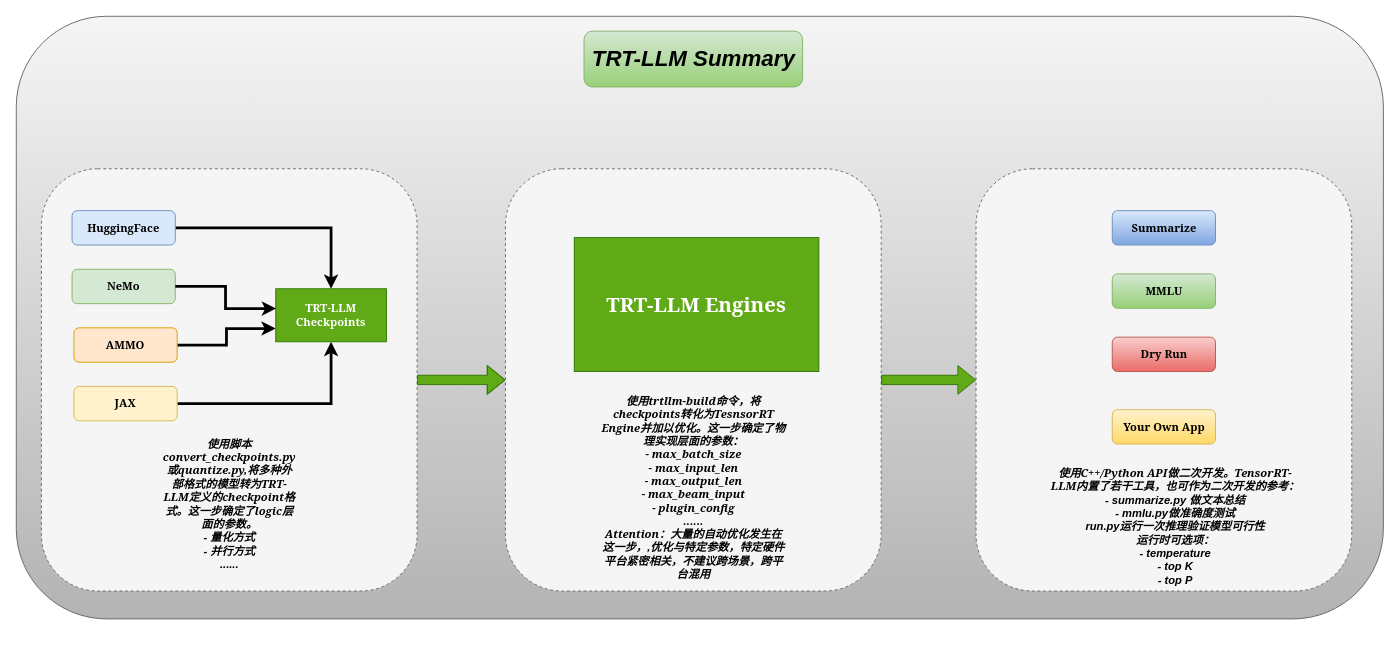
This is LLM_TensorRT.drawio from Albertchamberlain/draw_io, a draw.io file, before an edit. Source tidied: cells renumbered, new cells numbered last; positions are measured from the earlier drawing's top-left corner, leaving out a move shared by most shapes. Both pictures are drawn from the tidied source at 93%, with x=0, y=0 at pixel (16, 16).
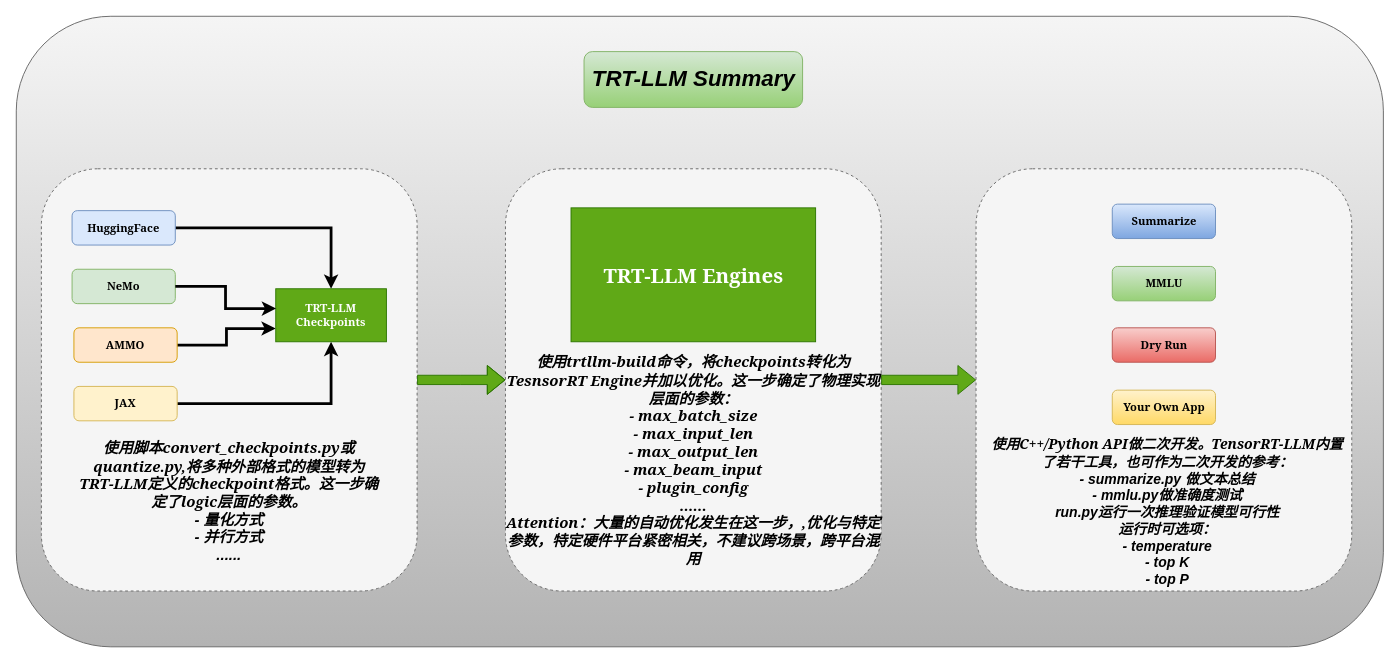
Above is the later version.

The edit, as a diff of the source:
```diff
@@
     <mxCell id="2" style="rounded=1;whiteSpace=wrap;html=1;fillColor=#f5f5f5;gradientColor=#b3b3b3;strokeColor=#666666;" parent="1" vertex="1">
-      <mxGeometry width="1470" height="648" as="geometry" />
+      <mxGeometry width="1470" height="678" as="geometry" />
     </mxCell>
@@
-    <mxCell id="13" value="&lt;font face=&quot;Georgia&quot;&gt;&lt;b&gt;&lt;i&gt;使用脚本convert_checkpoints.py或quantize.py,将多种外部格式的模型转为TRT-LLM定义的checkpoint格式。这一步确定了logic层面的参数。&lt;/i&gt;&lt;/b&gt;&lt;/font&gt;&lt;div&gt;&lt;font face=&quot;H1mTjM_NjgeySvcvMKn4&quot;&gt;&lt;b&gt;&lt;i&gt;- 量化方式&lt;/i&gt;&lt;/b&gt;&lt;/font&gt;&lt;/div&gt;&lt;div&gt;&lt;font face=&quot;H1mTjM_NjgeySvcvMKn4&quot;&gt;&lt;b&gt;&lt;i&gt;- 并行方式&lt;/i&gt;&lt;/b&gt;&lt;/font&gt;&lt;/div&gt;&lt;div&gt;&lt;font face=&quot;H1mTjM_NjgeySvcvMKn4&quot;&gt;&lt;b&gt;&lt;i&gt;......&lt;/i&gt;&lt;/b&gt;&lt;/font&gt;&lt;/div&gt;" style="text;html=1;align=center;verticalAlign=middle;whiteSpace=wrap;rounded=0;" parent="1" vertex="1">
-      <mxGeometry x="163.5" y="510" width="131" height="30" as="geometry" />
+    <mxCell id="13" value="&lt;b style=&quot;font-size: 16px;&quot;&gt;&lt;i style=&quot;&quot;&gt;&lt;font style=&quot;font-size: 16px;&quot; face=&quot;Georgia&quot;&gt;使用脚本convert_checkpoints.py或quantize.py,将多种外部格式的模型转为TRT-LLM定义的checkpoint格式。这一步确定了logic层面的参数。&lt;/font&gt;&lt;/i&gt;&lt;/b&gt;&lt;div style=&quot;font-size: 16px;&quot;&gt;&lt;b&gt;&lt;i&gt;&lt;font style=&quot;font-size: 16px;&quot; face=&quot;f1S0R8xksRw6-Nmn-3IS&quot;&gt;- 量化方式&lt;/font&gt;&lt;/i&gt;&lt;/b&gt;&lt;/div&gt;&lt;div style=&quot;font-size: 16px;&quot;&gt;&lt;b&gt;&lt;i&gt;&lt;font style=&quot;font-size: 16px;&quot; face=&quot;f1S0R8xksRw6-Nmn-3IS&quot;&gt;- 并行方式&lt;/font&gt;&lt;/i&gt;&lt;/b&gt;&lt;/div&gt;&lt;div style=&quot;font-size: 16px;&quot;&gt;&lt;b style=&quot;&quot;&gt;&lt;i style=&quot;&quot;&gt;&lt;font style=&quot;font-size: 16px;&quot; face=&quot;f1S0R8xksRw6-Nmn-3IS&quot;&gt;......&lt;/font&gt;&lt;/i&gt;&lt;/b&gt;&lt;/div&gt;" style="text;html=1;align=center;verticalAlign=middle;whiteSpace=wrap;rounded=0;" parent="1" vertex="1">
+      <mxGeometry x="65" y="479" width="328" height="85" as="geometry" />
     </mxCell>
@@
-    <mxCell id="15" value="&lt;b&gt;&lt;i&gt;&lt;font face=&quot;Georgia&quot;&gt;使用trtllm-build命令，将checkpoints转化为TesnsorRT Engine并加以优化。这一步确定了物理实现层面的参数：&lt;/font&gt;&lt;/i&gt;&lt;/b&gt;&lt;div&gt;&lt;b&gt;&lt;i&gt;&lt;font face=&quot;Georgia&quot;&gt;- max_batch_size&lt;/font&gt;&lt;/i&gt;&lt;/b&gt;&lt;/div&gt;&lt;div&gt;&lt;b&gt;&lt;i&gt;&lt;font face=&quot;Georgia&quot;&gt;- max_input_len&lt;/font&gt;&lt;/i&gt;&lt;/b&gt;&lt;/div&gt;&lt;div&gt;&lt;b&gt;&lt;i&gt;&lt;font face=&quot;Georgia&quot;&gt;- max_output_len&lt;/font&gt;&lt;/i&gt;&lt;/b&gt;&lt;/div&gt;&lt;div&gt;&lt;b&gt;&lt;i&gt;&lt;font face=&quot;Georgia&quot;&gt;- max_beam_input&lt;/font&gt;&lt;/i&gt;&lt;/b&gt;&lt;/div&gt;&lt;div&gt;&lt;b&gt;&lt;i&gt;&lt;font face=&quot;Georgia&quot;&gt;- plugin_config&lt;/font&gt;&lt;/i&gt;&lt;/b&gt;&lt;/div&gt;&lt;div&gt;&lt;font face=&quot;Georgia&quot;&gt;&lt;b&gt;&lt;i&gt;......&lt;/i&gt;&lt;/b&gt;&lt;/font&gt;&lt;/div&gt;&lt;div&gt;&lt;font face=&quot;Georgia&quot;&gt;&lt;b&gt;&lt;i&gt;Attention：大量的自动优化发生在这一步，,优化与特定参数，特定硬件平台紧密相关，不建议跨场景，跨平台混用&lt;/i&gt;&lt;/b&gt;&lt;/font&gt;&lt;/div&gt;" style="text;html=1;align=center;verticalAlign=middle;whiteSpace=wrap;rounded=0;" parent="1" vertex="1">
-      <mxGeometry x="627.5" y="492" width="201" height="30" as="geometry" />
+    <mxCell id="15" value="&lt;b style=&quot;font-size: 16px;&quot;&gt;&lt;i style=&quot;&quot;&gt;&lt;font style=&quot;font-size: 16px;&quot; face=&quot;Georgia&quot;&gt;使用trtllm-build命令，将checkpoints转化为TesnsorRT Engine并加以优化。这一步确定了物理实现层面的参数：&lt;/font&gt;&lt;/i&gt;&lt;/b&gt;&lt;div style=&quot;font-size: 16px;&quot;&gt;&lt;b&gt;&lt;i&gt;&lt;font style=&quot;font-size: 16px;&quot; face=&quot;Georgia&quot;&gt;- max_batch_size&lt;/font&gt;&lt;/i&gt;&lt;/b&gt;&lt;/div&gt;&lt;div style=&quot;font-size: 16px;&quot;&gt;&lt;b&gt;&lt;i&gt;&lt;font style=&quot;font-size: 16px;&quot; face=&quot;Georgia&quot;&gt;- max_input_len&lt;/font&gt;&lt;/i&gt;&lt;/b&gt;&lt;/div&gt;&lt;div style=&quot;font-size: 16px;&quot;&gt;&lt;b&gt;&lt;i&gt;&lt;font style=&quot;font-size: 16px;&quot; face=&quot;Georgia&quot;&gt;- max_output_len&lt;/font&gt;&lt;/i&gt;&lt;/b&gt;&lt;/div&gt;&lt;div style=&quot;font-size: 16px;&quot;&gt;&lt;b&gt;&lt;i&gt;&lt;font style=&quot;font-size: 16px;&quot; face=&quot;Georgia&quot;&gt;- max_beam_input&lt;/font&gt;&lt;/i&gt;&lt;/b&gt;&lt;/div&gt;&lt;div style=&quot;font-size: 16px;&quot;&gt;&lt;b&gt;&lt;i&gt;&lt;font style=&quot;font-size: 16px;&quot; face=&quot;Georgia&quot;&gt;- plugin_config&lt;/font&gt;&lt;/i&gt;&lt;/b&gt;&lt;/div&gt;&lt;div style=&quot;font-size: 16px;&quot;&gt;&lt;font style=&quot;font-size: 16px;&quot; face=&quot;Georgia&quot;&gt;&lt;b&gt;&lt;i&gt;......&lt;/i&gt;&lt;/b&gt;&lt;/font&gt;&lt;/div&gt;&lt;div style=&quot;font-size: 16px;&quot;&gt;&lt;font style=&quot;font-size: 16px;&quot; face=&quot;Georgia&quot;&gt;&lt;b style=&quot;&quot;&gt;&lt;i style=&quot;&quot;&gt;Attention：大量的自动优化发生在这一步，,优化与特定参数，特定硬件平台紧密相关，不建议跨场景，跨平台混用&lt;/i&gt;&lt;/b&gt;&lt;/font&gt;&lt;/div&gt;" style="text;html=1;align=center;verticalAlign=middle;whiteSpace=wrap;rounded=0;" parent="1" vertex="1">
+      <mxGeometry x="524.5" y="429" width="407" height="98" as="geometry" />
     </mxCell>
     <mxCell id="16" value="&lt;font size=&quot;1&quot; face=&quot;Georgia&quot;&gt;&lt;b style=&quot;font-size: 22px;&quot;&gt;TRT-LLM Engines&lt;/b&gt;&lt;/font&gt;" style="rounded=0;whiteSpace=wrap;html=1;fillColor=#60a917;fontColor=#ffffff;strokeColor=#2D7600;" parent="1" vertex="1">
-      <mxGeometry x="600" y="238" width="263" height="144" as="geometry" />
+      <mxGeometry x="596.5" y="206" width="263" height="144" as="geometry" />
     </mxCell>
@@
     <mxCell id="19" value="&lt;b&gt;&lt;i&gt;&lt;font style=&quot;font-size: 24px;&quot;&gt;TRT-LLM Summary&lt;/font&gt;&lt;/i&gt;&lt;/b&gt;" style="rounded=1;whiteSpace=wrap;html=1;fillColor=#d5e8d4;gradientColor=#97d077;strokeColor=#82b366;" parent="1" vertex="1">
-      <mxGeometry x="610.5" y="16" width="235" height="60" as="geometry" />
+      <mxGeometry x="610.5" y="38" width="235" height="60" as="geometry" />
     </mxCell>
@@
     <mxCell id="21" value="&lt;font face=&quot;Georgia&quot;&gt;&lt;b&gt;Summarize&lt;/b&gt;&lt;/font&gt;" style="rounded=1;whiteSpace=wrap;html=1;fillColor=#dae8fc;strokeColor=#6c8ebf;gradientColor=#7ea6e0;" parent="1" vertex="1">
-      <mxGeometry x="1178.5" y="209" width="111" height="37" as="geometry" />
+      <mxGeometry x="1178.5" y="202" width="111" height="37" as="geometry" />
     </mxCell>
     <mxCell id="22" value="&lt;font face=&quot;Georgia&quot;&gt;&lt;b&gt;MMLU&lt;/b&gt;&lt;/font&gt;" style="rounded=1;whiteSpace=wrap;html=1;fillColor=#d5e8d4;strokeColor=#82b366;gradientColor=#97d077;" parent="1" vertex="1">
-      <mxGeometry x="1178.5" y="277" width="111" height="37" as="geometry" />
+      <mxGeometry x="1178.5" y="269" width="111" height="37" as="geometry" />
     </mxCell>
     <mxCell id="23" value="&lt;font face=&quot;Georgia&quot;&gt;&lt;b&gt;Dry Run&lt;/b&gt;&lt;/font&gt;" style="rounded=1;whiteSpace=wrap;html=1;fillColor=#f8cecc;strokeColor=#b85450;gradientColor=#ea6b66;" parent="1" vertex="1">
-      <mxGeometry x="1178.5" y="345" width="111" height="37" as="geometry" />
+      <mxGeometry x="1178.5" y="335" width="111" height="37" as="geometry" />
     </mxCell>
     <mxCell id="24" value="&lt;font face=&quot;Georgia&quot;&gt;&lt;b&gt;Your Own App&lt;/b&gt;&lt;/font&gt;" style="rounded=1;whiteSpace=wrap;html=1;fillColor=#fff2cc;strokeColor=#d6b656;gradientColor=#ffd966;" parent="1" vertex="1">
-      <mxGeometry x="1178.5" y="423" width="111" height="37" as="geometry" />
+      <mxGeometry x="1178.5" y="402" width="111" height="37" as="geometry" />
     </mxCell>
-    <mxCell id="25" value="&lt;b&gt;&lt;i&gt;&lt;font face=&quot;Georgia&quot;&gt;使用C++/Python API做二次开发。TensorRT-LLM内置了若干工具，也可作为二次开发的参考：&lt;/font&gt;&lt;/i&gt;&lt;/b&gt;&lt;div&gt;&lt;b&gt;&lt;i&gt;&lt;font face=&quot;gxJNCz7kMzl2N45EjSzo&quot;&gt;- summarize.py 做文本总结&lt;/font&gt;&lt;/i&gt;&lt;/b&gt;&lt;/div&gt;&lt;div&gt;&lt;b&gt;&lt;i&gt;&lt;font face=&quot;gxJNCz7kMzl2N45EjSzo&quot;&gt;- mmlu.py做准确度测试&lt;/font&gt;&lt;/i&gt;&lt;/b&gt;&lt;/div&gt;&lt;div&gt;&lt;b&gt;&lt;i&gt;&lt;font face=&quot;gxJNCz7kMzl2N45EjSzo&quot;&gt;run.py运行一次推理验证模型可行性&lt;/font&gt;&lt;/i&gt;&lt;/b&gt;&lt;/div&gt;&lt;div&gt;&lt;b&gt;&lt;i&gt;&lt;font face=&quot;gxJNCz7kMzl2N45EjSzo&quot;&gt;运行时可选项：&lt;/font&gt;&lt;/i&gt;&lt;/b&gt;&lt;/div&gt;&lt;div&gt;&lt;b&gt;&lt;i&gt;&lt;font face=&quot;gxJNCz7kMzl2N45EjSzo&quot;&gt;- temperature&lt;/font&gt;&lt;/i&gt;&lt;/b&gt;&lt;/div&gt;&lt;div&gt;&lt;b&gt;&lt;i&gt;&lt;font face=&quot;gxJNCz7kMzl2N45EjSzo&quot;&gt;- top K&lt;/font&gt;&lt;/i&gt;&lt;/b&gt;&lt;/div&gt;&lt;div&gt;&lt;b&gt;&lt;i&gt;&lt;font face=&quot;gxJNCz7kMzl2N45EjSzo&quot;&gt;- top P&lt;/font&gt;&lt;/i&gt;&lt;/b&gt;&lt;/div&gt;" style="text;html=1;align=center;verticalAlign=middle;whiteSpace=wrap;rounded=0;" parent="1" vertex="1">
-      <mxGeometry x="1110" y="534" width="273" height="30" as="geometry" />
+    <mxCell id="25" value="&lt;span style=&quot;font-size: 15px;&quot;&gt;&lt;i style=&quot;&quot;&gt;&lt;font face=&quot;Georgia&quot; style=&quot;font-size: 15px;&quot;&gt;&lt;b style=&quot;&quot;&gt;使用C++/Python API做二次开发。TensorRT-LLM内置了若干工具，也可作为二次开发的参考：&lt;/b&gt;&lt;/font&gt;&lt;/i&gt;&lt;/span&gt;&lt;div style=&quot;font-size: 15px;&quot;&gt;&lt;i&gt;&lt;font face=&quot;OAxIPNUQxBI5j9LFfn8c&quot; style=&quot;font-size: 15px;&quot;&gt;&lt;b&gt;- summarize.py 做文本总结&lt;/b&gt;&lt;/font&gt;&lt;/i&gt;&lt;/div&gt;&lt;div style=&quot;font-size: 15px;&quot;&gt;&lt;i&gt;&lt;font face=&quot;OAxIPNUQxBI5j9LFfn8c&quot; style=&quot;font-size: 15px;&quot;&gt;&lt;b&gt;- mmlu.py做准确度测试&lt;/b&gt;&lt;/font&gt;&lt;/i&gt;&lt;/div&gt;&lt;div style=&quot;font-size: 15px;&quot;&gt;&lt;i&gt;&lt;font face=&quot;OAxIPNUQxBI5j9LFfn8c&quot; style=&quot;font-size: 15px;&quot;&gt;&lt;b&gt;run.py运行一次推理验证模型可行性&lt;/b&gt;&lt;/font&gt;&lt;/i&gt;&lt;/div&gt;&lt;div style=&quot;font-size: 15px;&quot;&gt;&lt;i&gt;&lt;font face=&quot;OAxIPNUQxBI5j9LFfn8c&quot; style=&quot;font-size: 15px;&quot;&gt;&lt;b&gt;运行时可选项：&lt;/b&gt;&lt;/font&gt;&lt;/i&gt;&lt;/div&gt;&lt;div style=&quot;font-size: 15px;&quot;&gt;&lt;i&gt;&lt;font face=&quot;OAxIPNUQxBI5j9LFfn8c&quot; style=&quot;font-size: 15px;&quot;&gt;&lt;b&gt;- temperature&lt;/b&gt;&lt;/font&gt;&lt;/i&gt;&lt;/div&gt;&lt;div style=&quot;font-size: 15px;&quot;&gt;&lt;i&gt;&lt;font face=&quot;OAxIPNUQxBI5j9LFfn8c&quot; style=&quot;font-size: 15px;&quot;&gt;&lt;b&gt;- top K&lt;/b&gt;&lt;/font&gt;&lt;/i&gt;&lt;/div&gt;&lt;div style=&quot;font-size: 15px;&quot;&gt;&lt;i style=&quot;&quot;&gt;&lt;font face=&quot;OAxIPNUQxBI5j9LFfn8c&quot; style=&quot;font-size: 15px;&quot;&gt;&lt;b style=&quot;&quot;&gt;- top P&lt;/b&gt;&lt;/font&gt;&lt;/i&gt;&lt;/div&gt;" style="text;html=1;align=center;verticalAlign=middle;whiteSpace=wrap;rounded=0;" parent="1" vertex="1">
+      <mxGeometry x="1044" y="500" width="388" height="64" as="geometry" />
     </mxCell>
```
